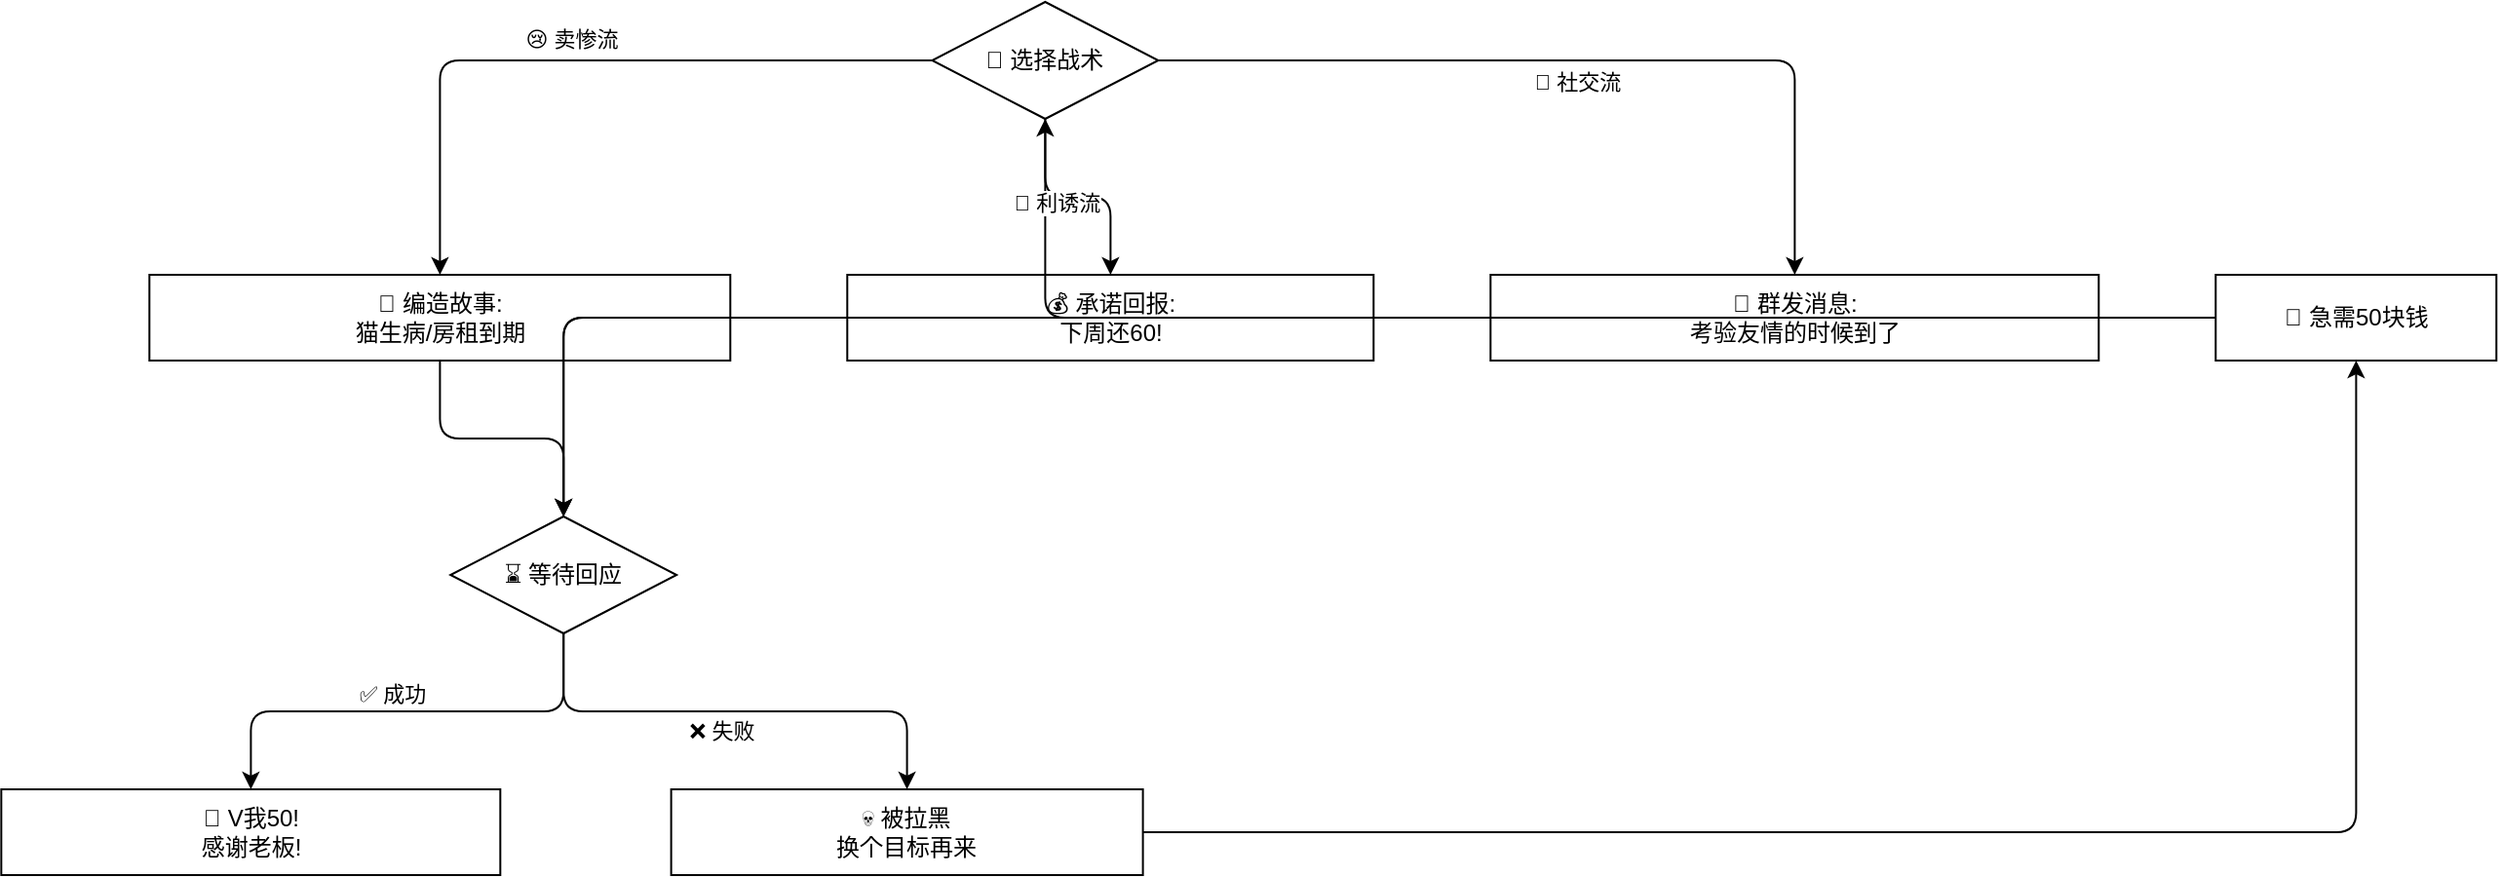
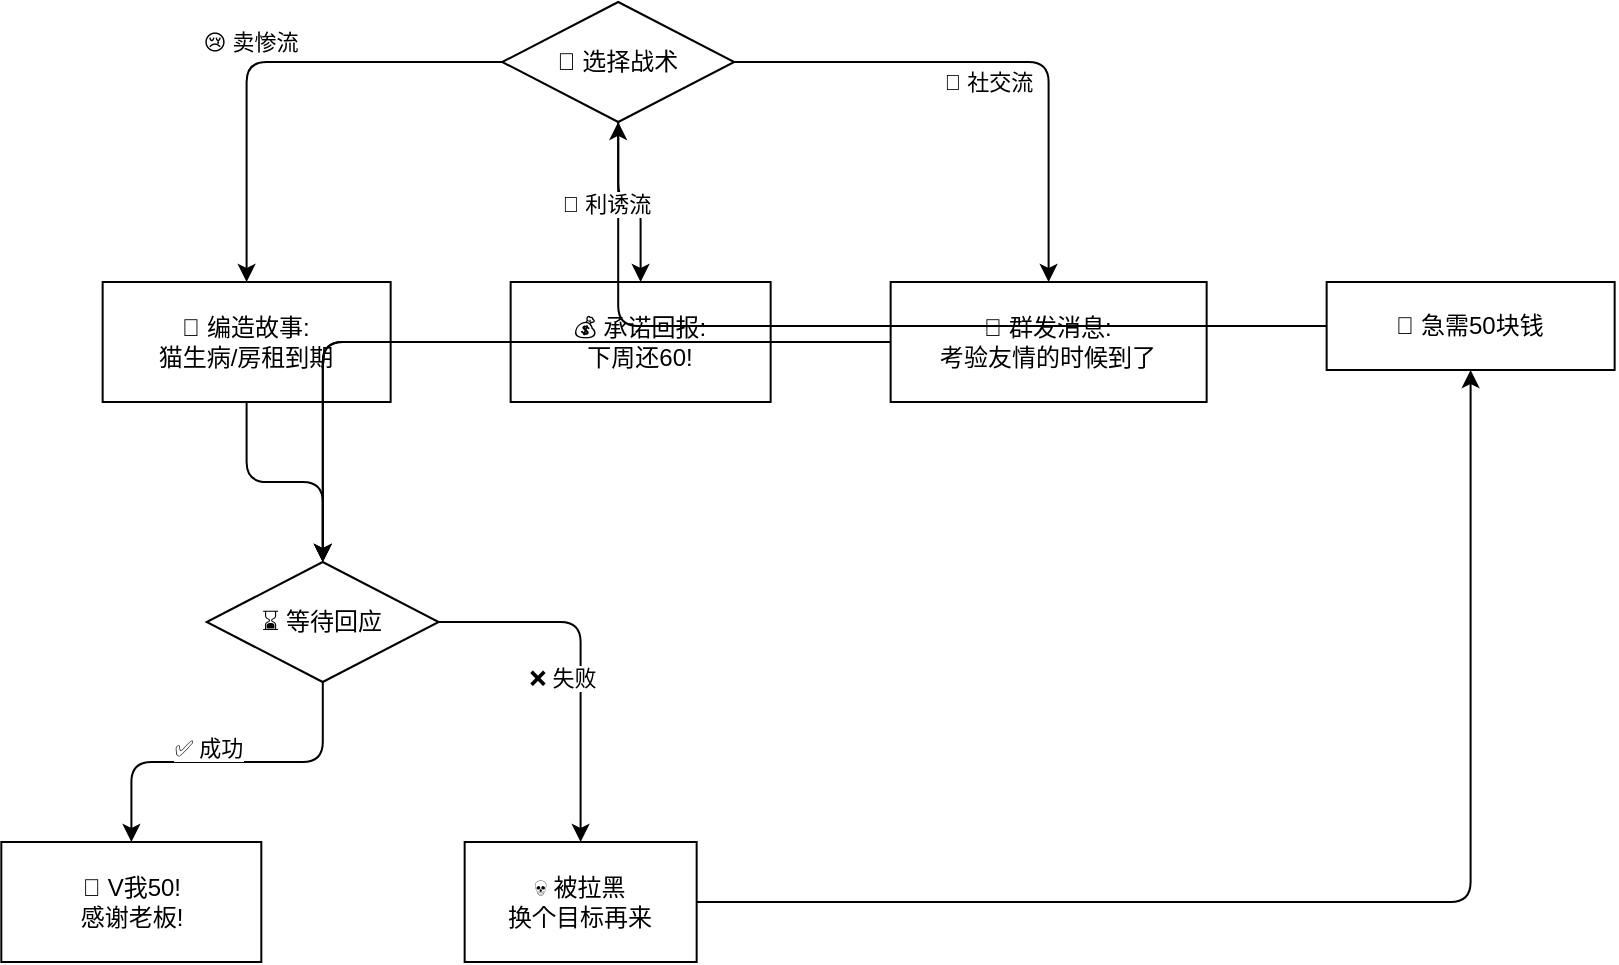
<mxfile host="graphmcp" agent="graphmcp/1.0" type="device">
-   <diagram name="v50-battle-plan" id="gti8xmc0kbbpvq">
+   <diagram name="v50-battle-plan" id="gti9b5tk71c3to">
    <mxGraphModel dx="800" dy="600" grid="1" gridSize="10" guides="1" tooltips="1" connect="1" arrows="1" fold="1" page="1" pageScale="1" pageWidth="1169" pageHeight="826" math="0" shadow="0">
      <root>
        <mxCell id="0"/>
        <mxCell id="1" parent="0"/>
        <mxCell id="A" value="🎯 急需50块钱" style="rounded=0;whiteSpace=wrap;html=1;" vertex="1" parent="1">
-           <mxGeometry x="1185.65" y="180" width="144" height="44" as="geometry"/>
+           <mxGeometry x="685.323" y="180" width="144" height="44" as="geometry"/>
        </mxCell>
        <mxCell id="B" value="🤔 选择战术" style="rhombus;whiteSpace=wrap;html=1;" vertex="1" parent="1">
-           <mxGeometry x="527.198" y="40" width="116" height="60" as="geometry"/>
+           <mxGeometry x="273.125" y="40" width="116" height="60" as="geometry"/>
        </mxCell>
        <mxCell id="C" value="📖 编造故事:&lt;br&gt;猫生病/房租到期" style="rounded=0;whiteSpace=wrap;html=1;" vertex="1" parent="1">
-           <mxGeometry x="125.652" y="180" width="298" height="44" as="geometry"/>
+           <mxGeometry x="73.3233" y="180" width="144" height="60" as="geometry"/>
        </mxCell>
        <mxCell id="D" value="💰 承诺回报:&lt;br&gt;下周还60!" style="rounded=0;whiteSpace=wrap;html=1;" vertex="1" parent="1">
-           <mxGeometry x="483.652" y="180" width="270" height="44" as="geometry"/>
+           <mxGeometry x="277.323" y="180" width="130" height="60" as="geometry"/>
        </mxCell>
        <mxCell id="E" value="📱 群发消息:&lt;br&gt;考验友情的时候到了" style="rounded=0;whiteSpace=wrap;html=1;" vertex="1" parent="1">
-           <mxGeometry x="813.652" y="180" width="312" height="44" as="geometry"/>
+           <mxGeometry x="467.323" y="180" width="158" height="60" as="geometry"/>
        </mxCell>
        <mxCell id="F" value="⌛ 等待回应" style="rhombus;whiteSpace=wrap;html=1;" vertex="1" parent="1">
-           <mxGeometry x="280.094" y="304" width="116" height="60" as="geometry"/>
+           <mxGeometry x="125.35" y="320" width="116" height="60" as="geometry"/>
        </mxCell>
        <mxCell id="G" value="🎉 V我50!&lt;br&gt;感谢老板!" style="rounded=0;whiteSpace=wrap;html=1;" vertex="1" parent="1">
-           <mxGeometry x="49.6611" y="444" width="256" height="44" as="geometry"/>
+           <mxGeometry x="22.6604" y="460" width="130" height="60" as="geometry"/>
        </mxCell>
        <mxCell id="H" value="💀 被拉黑&lt;br&gt;换个目标再来" style="rounded=0;whiteSpace=wrap;html=1;" vertex="1" parent="1">
-           <mxGeometry x="393.311" y="444" width="242" height="44" as="geometry"/>
+           <mxGeometry x="254.329" y="460" width="116" height="60" as="geometry"/>
        </mxCell>
        <mxCell id="edge1" value="" style="edgeStyle=orthogonalEdgeStyle;rounded=1;html=1;" edge="1" parent="1" source="A" target="B">
          <mxGeometry relative="1" as="geometry">
          </mxGeometry>
        </mxCell>
        <mxCell id="edge2" value="😢 卖惨流" style="edgeStyle=orthogonalEdgeStyle;rounded=1;html=1;" edge="1" parent="1" source="B" target="C">
          <mxGeometry relative="1" as="geometry">
-             <mxPoint x="-4.69422" y="-11.0437" as="offset"/>
+             <mxPoint x="-7.22139" y="-9.58392" as="offset"/>
          </mxGeometry>
        </mxCell>
        <mxCell id="edge3" value="🎁 利诱流" style="edgeStyle=orthogonalEdgeStyle;rounded=1;html=1;" edge="1" parent="1" source="B" target="D">
          <mxGeometry relative="1" as="geometry">
-             <mxPoint x="-11.6322" y="2.94801" as="offset"/>
+             <mxPoint x="-11.9618" y="0.956785" as="offset"/>
          </mxGeometry>
        </mxCell>
        <mxCell id="edge4" value="😤 社交流" style="edgeStyle=orthogonalEdgeStyle;rounded=1;html=1;" edge="1" parent="1" source="B" target="E">
          <mxGeometry relative="1" as="geometry">
-             <mxPoint x="-3.89684" y="11.3497" as="offset"/>
+             <mxPoint x="-6.54384" y="10.0587" as="offset"/>
          </mxGeometry>
        </mxCell>
        <mxCell id="edge5" value="" style="edgeStyle=orthogonalEdgeStyle;rounded=1;html=1;" edge="1" parent="1" source="C" target="F">
          <mxGeometry relative="1" as="geometry">
          </mxGeometry>
        </mxCell>
        <mxCell id="edge6" value="" style="edgeStyle=orthogonalEdgeStyle;rounded=1;html=1;" edge="1" parent="1" source="D" target="F">
          <mxGeometry relative="1" as="geometry">
          </mxGeometry>
        </mxCell>
        <mxCell id="edge7" value="" style="edgeStyle=orthogonalEdgeStyle;rounded=1;html=1;" edge="1" parent="1" source="E" target="F">
          <mxGeometry relative="1" as="geometry">
          </mxGeometry>
        </mxCell>
        <mxCell id="edge8" value="✅ 成功" style="edgeStyle=orthogonalEdgeStyle;rounded=1;html=1;" edge="1" parent="1" source="F" target="G">
          <mxGeometry relative="1" as="geometry">
-             <mxPoint x="-7.62432" y="-9.26659" as="offset"/>
+             <mxPoint x="-9.90698" y="-6.77139" as="offset"/>
          </mxGeometry>
        </mxCell>
        <mxCell id="edge9" value="❌ 失败" style="edgeStyle=orthogonalEdgeStyle;rounded=1;html=1;" edge="1" parent="1" source="F" target="H">
          <mxGeometry relative="1" as="geometry">
-             <mxPoint x="-7.19432" y="9.60425" as="offset"/>
+             <mxPoint x="-8.82555" y="8.13079" as="offset"/>
          </mxGeometry>
        </mxCell>
        <mxCell id="edge10" value="" style="edgeStyle=orthogonalEdgeStyle;rounded=1;html=1;" edge="1" parent="1" source="H" target="A">
          <mxGeometry relative="1" as="geometry">
          </mxGeometry>
        </mxCell>
      </root>
    </mxGraphModel>
  </diagram>
</mxfile>
